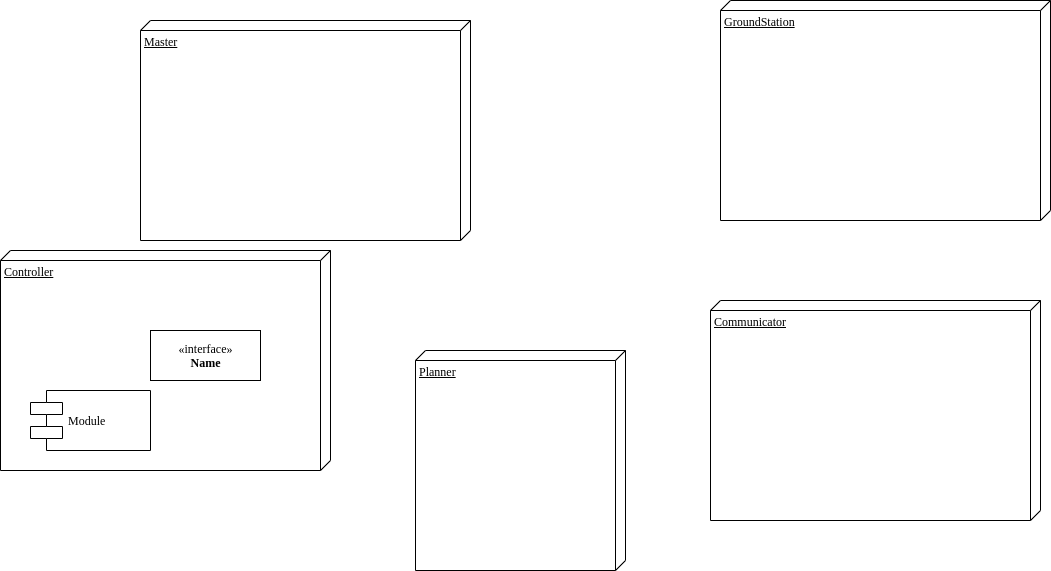
Before: vbdc.png, a diagram exported from draw.io (sh-song/vision-based-drone-control). Source tidied: cells renumbered, new cells last; positions are measured from the earlier drawing's top-left corner, leaving out a move shared by most shapes.
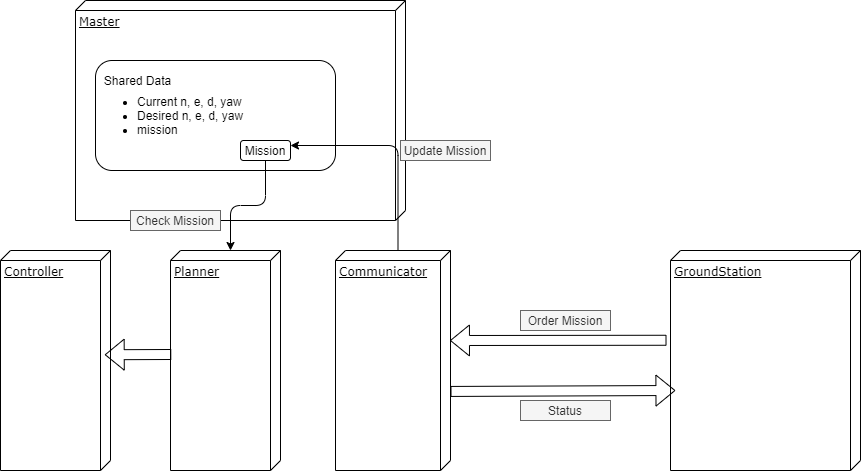
Later version of the same file.

Change to the diagram source:
```diff
@@ -1,27 +1,69 @@
-<mxGraphModel background="#ffffff">
+<mxGraphModel>
   <root>
     <mxCell id="0" />
     <mxCell id="1" parent="0" />
     <mxCell id="2" value="Controller" style="verticalAlign=top;align=left;spacingTop=8;spacingLeft=2;spacingRight=12;shape=cube;size=10;direction=south;fontStyle=4;html=1;rounded=0;shadow=0;comic=0;labelBackgroundColor=none;strokeWidth=1;fontFamily=Verdana;fontSize=12;" parent="1" vertex="1">
-      <mxGeometry y="250" width="330" height="220" as="geometry" />
+      <mxGeometry x="20" y="300" width="110" height="220" as="geometry" />
     </mxCell>
     <mxCell id="3" value="Planner" style="verticalAlign=top;align=left;spacingTop=8;spacingLeft=2;spacingRight=12;shape=cube;size=10;direction=south;fontStyle=4;html=1;rounded=0;shadow=0;comic=0;labelBackgroundColor=none;strokeWidth=1;fontFamily=Verdana;fontSize=12;" parent="1" vertex="1">
-      <mxGeometry x="415" y="350" width="210" height="220" as="geometry" />
+      <mxGeometry x="190" y="300" width="110" height="220" as="geometry" />
     </mxCell>
-    <mxCell id="4" value="&amp;laquo;interface&amp;raquo;&lt;br&gt;&lt;b&gt;Name&lt;/b&gt;" style="html=1;rounded=0;shadow=0;comic=0;labelBackgroundColor=none;strokeWidth=1;fontFamily=Verdana;fontSize=12;align=center;" parent="1" vertex="1">
-      <mxGeometry x="150" y="330" width="110" height="50" as="geometry" />
-    </mxCell>
-    <mxCell id="5" value="Module" style="shape=component;align=left;spacingLeft=36;rounded=0;shadow=0;comic=0;labelBackgroundColor=none;strokeWidth=1;fontFamily=Verdana;fontSize=12;html=1;" parent="1" vertex="1">
-      <mxGeometry x="30" y="390" width="120" height="60" as="geometry" />
-    </mxCell>
     <mxCell id="6" value="Master" style="verticalAlign=top;align=left;spacingTop=8;spacingLeft=2;spacingRight=12;shape=cube;size=10;direction=south;fontStyle=4;html=1;rounded=0;shadow=0;comic=0;labelBackgroundColor=none;strokeWidth=1;fontFamily=Verdana;fontSize=12;" parent="1" vertex="1">
-      <mxGeometry x="140" y="20" width="330" height="220" as="geometry" />
+      <mxGeometry x="95" y="50" width="330" height="220" as="geometry" />
     </mxCell>
     <mxCell id="7" value="Communicator" style="verticalAlign=top;align=left;spacingTop=8;spacingLeft=2;spacingRight=12;shape=cube;size=10;direction=south;fontStyle=4;html=1;rounded=0;shadow=0;comic=0;labelBackgroundColor=none;strokeWidth=1;fontFamily=Verdana;fontSize=12;" parent="1" vertex="1">
-      <mxGeometry x="710" y="300" width="330" height="220" as="geometry" />
+      <mxGeometry x="355" y="300" width="115" height="220" as="geometry" />
     </mxCell>
     <mxCell id="8" value="GroundStation" style="verticalAlign=top;align=left;spacingTop=8;spacingLeft=2;spacingRight=12;shape=cube;size=10;direction=south;fontStyle=4;html=1;rounded=0;shadow=0;comic=0;labelBackgroundColor=none;strokeWidth=1;fontFamily=Verdana;fontSize=12;" parent="1" vertex="1">
-      <mxGeometry x="720" width="330" height="220" as="geometry" />
+      <mxGeometry x="690" y="300" width="190" height="220" as="geometry" />
     </mxCell>
+    <mxCell id="9" value="&lt;div style=&quot;text-align: justify&quot;&gt;&lt;ul&gt;&lt;li&gt;Current n, e, d, yaw&lt;/li&gt;&lt;li&gt;Desired n, e, d, yaw&lt;/li&gt;&lt;li&gt;mission&lt;/li&gt;&lt;/ul&gt;&lt;/div&gt;" style="rounded=1;whiteSpace=wrap;html=1;align=left;" parent="1" vertex="1">
+      <mxGeometry x="115" y="110" width="240" height="110" as="geometry" />
+    </mxCell>
+    <mxCell id="10" value="Shared Data" style="text;html=1;strokeColor=none;fillColor=none;align=center;verticalAlign=middle;whiteSpace=wrap;rounded=0;sketch=0;" parent="1" vertex="1">
+      <mxGeometry x="110" y="120" width="95" height="20" as="geometry" />
+    </mxCell>
+    <mxCell id="11" value="Check Mission" style="rounded=0;whiteSpace=wrap;html=1;sketch=0;fillColor=#f5f5f5;strokeColor=#666666;fontColor=#333333;" parent="1" vertex="1">
+      <mxGeometry x="150" y="260" width="90" height="20" as="geometry" />
+    </mxCell>
+    <mxCell id="12" value="Order Mission" style="rounded=0;whiteSpace=wrap;html=1;sketch=0;fillColor=#f5f5f5;strokeColor=#666666;fontColor=#333333;" parent="1" vertex="1">
+      <mxGeometry x="540" y="360" width="90" height="20" as="geometry" />
+    </mxCell>
+    <mxCell id="13" value="Status" style="rounded=0;whiteSpace=wrap;html=1;sketch=0;fillColor=#f5f5f5;strokeColor=#666666;fontColor=#333333;" parent="1" vertex="1">
+      <mxGeometry x="540" y="450" width="90" height="20" as="geometry" />
+    </mxCell>
+    <mxCell id="14" style="shape=flexArrow;endArrow=classic;html=1;entryX=0.473;entryY=0.974;entryDx=0;entryDy=0;entryPerimeter=0;" parent="1" edge="1">
+      <mxGeometry relative="1" as="geometry">
+        <mxPoint x="470" y="440.9" as="sourcePoint" />
+        <mxPoint x="694.9" y="440" as="targetPoint" />
+      </mxGeometry>
+    </mxCell>
+    <mxCell id="15" style="shape=flexArrow;endArrow=classic;html=1;exitX=0.408;exitY=1.021;exitDx=0;exitDy=0;exitPerimeter=0;" parent="1" edge="1" source="8">
+      <mxGeometry relative="1" as="geometry">
+        <mxPoint x="469.5" y="390" as="targetPoint" />
+      </mxGeometry>
+    </mxCell>
+    <mxCell id="16" style="edgeStyle=orthogonalEdgeStyle;curved=0;rounded=1;sketch=0;jettySize=auto;html=1;exitX=0.5;exitY=1;exitDx=0;exitDy=0;entryX=0;entryY=0;entryDx=0;entryDy=50;entryPerimeter=0;" parent="1" edge="1" source="17" target="3">
+      <mxGeometry relative="1" as="geometry" />
+    </mxCell>
+    <mxCell id="17" value="Mission" style="rounded=1;whiteSpace=wrap;html=1;sketch=0;" parent="1" vertex="1">
+      <mxGeometry x="260" y="190" width="50" height="20" as="geometry" />
+    </mxCell>
+    <mxCell id="18" style="edgeStyle=orthogonalEdgeStyle;curved=0;rounded=1;sketch=0;jettySize=auto;html=1;exitX=0;exitY=0;exitDx=0;exitDy=52.5;exitPerimeter=0;entryX=1;entryY=0.25;entryDx=0;entryDy=0;" parent="1" edge="1" source="7" target="17">
+      <mxGeometry relative="1" as="geometry">
+        <Array as="points">
+          <mxPoint x="417" y="195" />
+        </Array>
+      </mxGeometry>
+    </mxCell>
+    <mxCell id="19" value="Update Mission" style="rounded=0;whiteSpace=wrap;html=1;sketch=0;fillColor=#f5f5f5;strokeColor=#666666;fontColor=#333333;" parent="1" vertex="1">
+      <mxGeometry x="420" y="190" width="90" height="20" as="geometry" />
+    </mxCell>
+    <mxCell id="20" style="shape=flexArrow;endArrow=classic;html=1;" parent="1" edge="1">
+      <mxGeometry relative="1" as="geometry">
+        <mxPoint x="190.8" y="404" as="sourcePoint" />
+        <mxPoint x="124.2" y="404.2" as="targetPoint" />
+      </mxGeometry>
+    </mxCell>
   </root>
 </mxGraphModel>
```
